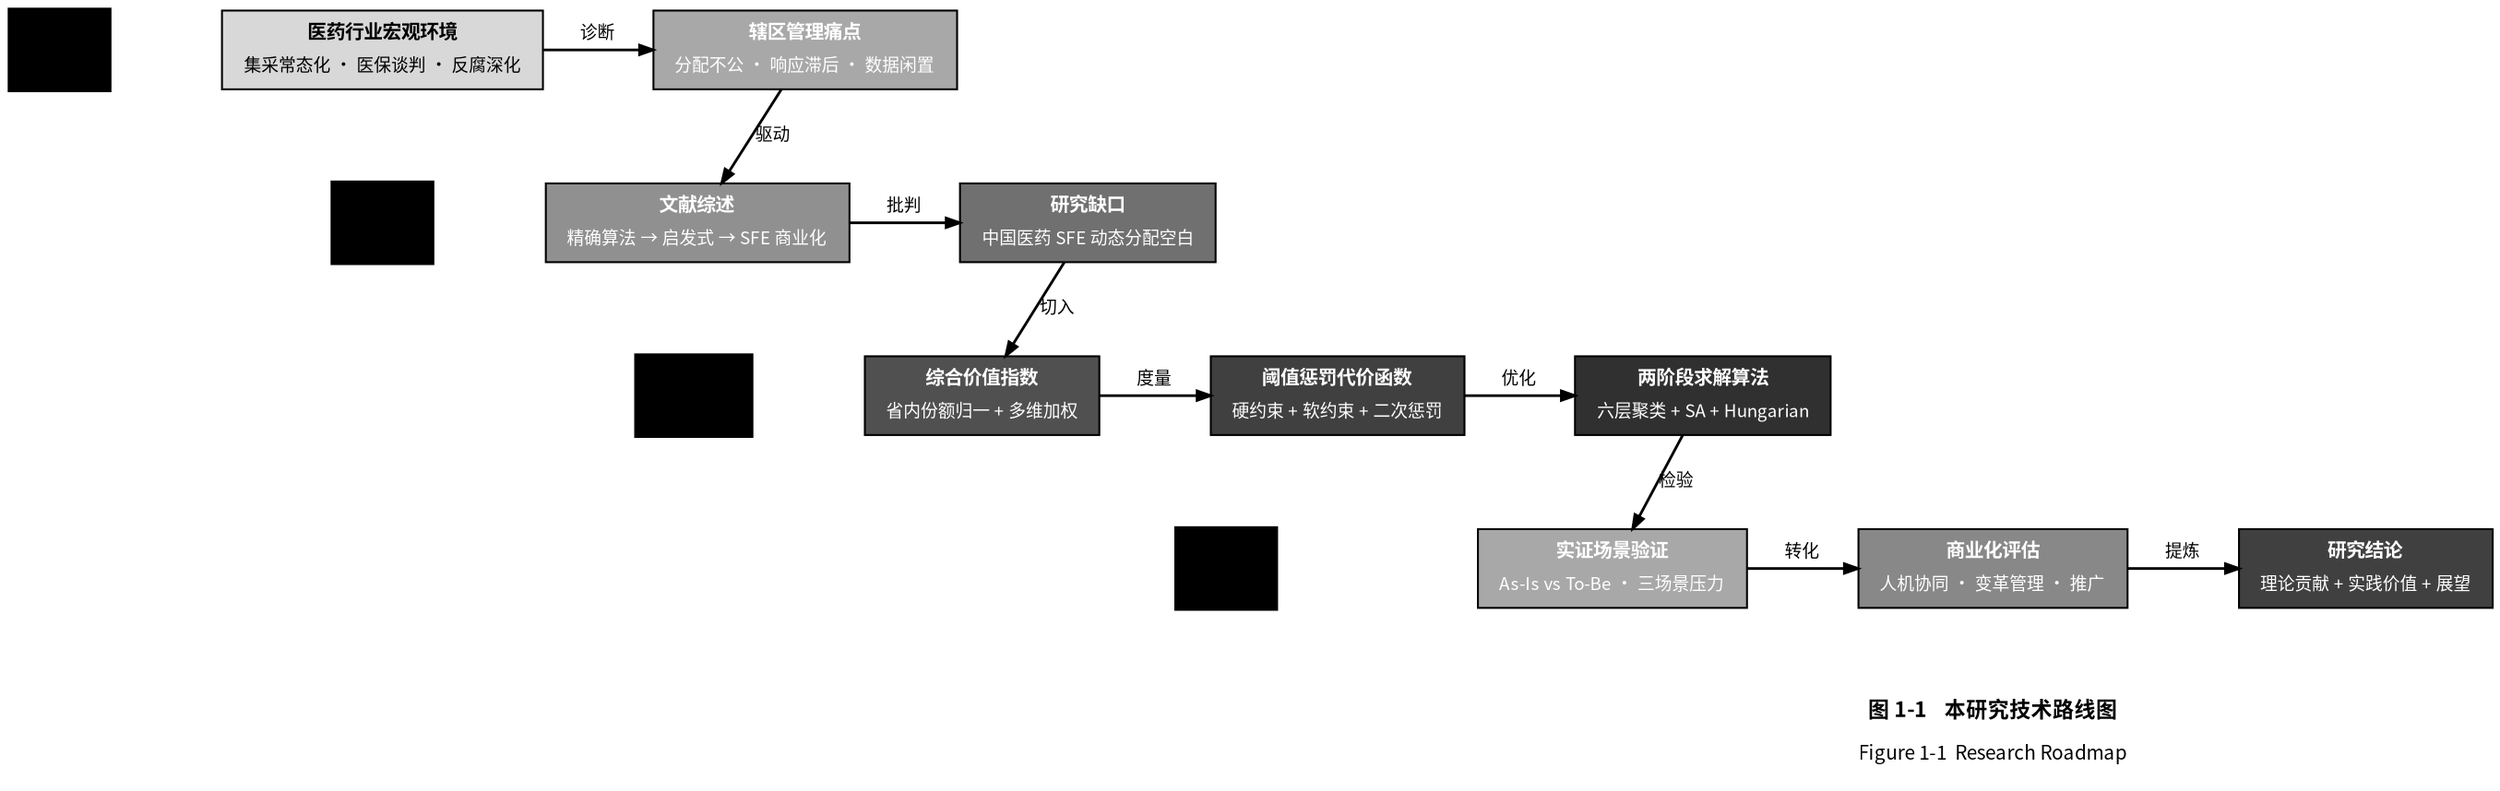
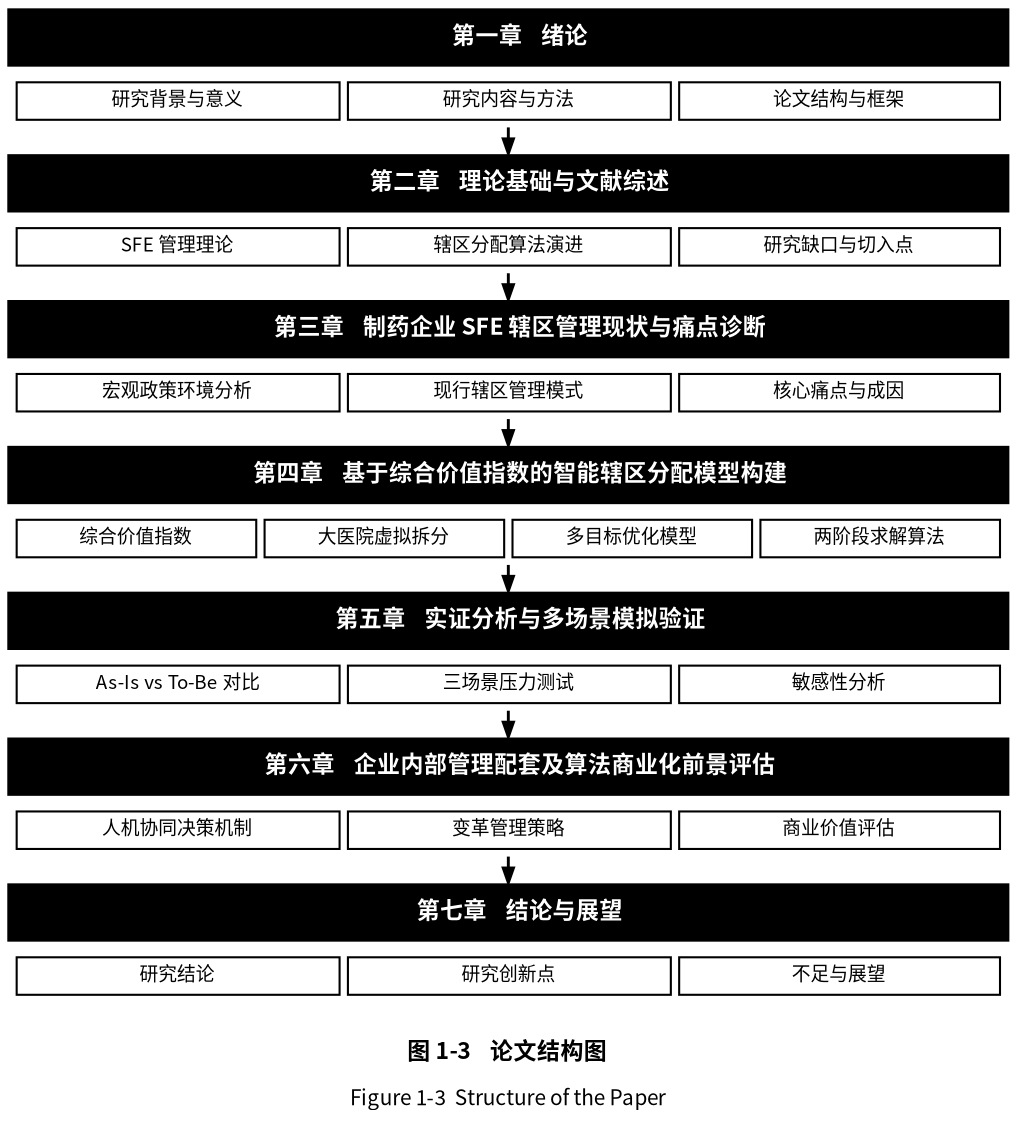
digraph G {
    rankdir=TB;
    dpi=300;
    bgcolor="white";
    fontname="Noto Sans CJK SC";
    nodesep=0.4;
-     ranksep=0.5;
+     ranksep=0.18;

-     node [fontname="Noto Sans CJK SC", fontsize=10, shape=box, style="filled", penwidth=1.0, color="black"];
-     edge [fontname="Noto Sans CJK SC", fontsize=9, color="black", penwidth=1.4, arrowsize=0.7];
+     node [fontname="Noto Sans CJK SC", shape=none, margin="0"];
+     edge [color="black", penwidth=1.4, arrowsize=0.7];

-     // ========== 阶段标签（左侧）==========
-     s1_label [label="一\n问题\n识别", shape=plaintext, fontsize=11, fillcolor=""];
-     s2_label [label="二\n方法\n选型", shape=plaintext, fontsize=11, fillcolor=""];
-     s3_label [label="三\n模型与\n算法构建", shape=plaintext, fontsize=11, fillcolor=""];
-     s4_label [label="四\n验证与\n应用", shape=plaintext, fontsize=11, fillcolor=""];
+     // ========== 第一章 绪论 ==========
+     ch1 [label=<
+         <TABLE BORDER="0" CELLBORDER="0" CELLSPACING="0" CELLPADDING="0">
+             <TR><TD BORDER="1" BGCOLOR="black" CELLPADDING="5" WIDTH="480" ALIGN="CENTER">
+                 <FONT COLOR="white" POINT-SIZE="11"><B>第一章    绪论</B></FONT>
+             </TD></TR>
+             <TR><TD CELLPADDING="2"></TD></TR>
+             <TR><TD>
+                 <TABLE BORDER="0" CELLBORDER="1" CELLSPACING="4" CELLPADDING="3">
+                     <TR>
+                         <TD WIDTH="150" ALIGN="CENTER"><FONT POINT-SIZE="9">研究背景与意义</FONT></TD>
+                         <TD WIDTH="150" ALIGN="CENTER"><FONT POINT-SIZE="9">研究内容与方法</FONT></TD>
+                         <TD WIDTH="150" ALIGN="CENTER"><FONT POINT-SIZE="9">论文结构与框架</FONT></TD>
+                     </TR>
+                 </TABLE>
+             </TD></TR>
+         </TABLE>
+     >];

-     // ========== 阶段一：问题识别（2 节点）==========
-     bg [label=<<TABLE BORDER="0" CELLBORDER="0" CELLSPACING="0" CELLPADDING="3"><TR><TD ALIGN="CENTER"><B><FONT POINT-SIZE="10">医药行业宏观环境</FONT></B></TD></TR><TR><TD ALIGN="CENTER"><FONT POINT-SIZE="9">集采常态化 · 医保谈判 · 反腐深化</FONT></TD></TR></TABLE>>, fillcolor="#d8d8d8", fontcolor=black];
+     // ========== 第二章 文献综述 ==========
+     ch2 [label=<
+         <TABLE BORDER="0" CELLBORDER="0" CELLSPACING="0" CELLPADDING="0">
+             <TR><TD BORDER="1" BGCOLOR="black" CELLPADDING="5" WIDTH="480" ALIGN="CENTER">
+                 <FONT COLOR="white" POINT-SIZE="11"><B>第二章    理论基础与文献综述</B></FONT>
+             </TD></TR>
+             <TR><TD CELLPADDING="2"></TD></TR>
+             <TR><TD>
+                 <TABLE BORDER="0" CELLBORDER="1" CELLSPACING="4" CELLPADDING="3">
+                     <TR>
+                         <TD WIDTH="150" ALIGN="CENTER"><FONT POINT-SIZE="9">SFE 管理理论</FONT></TD>
+                         <TD WIDTH="150" ALIGN="CENTER"><FONT POINT-SIZE="9">辖区分配算法演进</FONT></TD>
+                         <TD WIDTH="150" ALIGN="CENTER"><FONT POINT-SIZE="9">研究缺口与切入点</FONT></TD>
+                     </TR>
+                 </TABLE>
+             </TD></TR>
+         </TABLE>
+     >];

-     pain [label=<<TABLE BORDER="0" CELLBORDER="0" CELLSPACING="0" CELLPADDING="3"><TR><TD ALIGN="CENTER"><B><FONT POINT-SIZE="10">辖区管理痛点</FONT></B></TD></TR><TR><TD ALIGN="CENTER"><FONT POINT-SIZE="9">分配不公 · 响应滞后 · 数据闲置</FONT></TD></TR></TABLE>>, fillcolor="#a8a8a8", fontcolor=white];
+     // ========== 第三章 现状诊断 ==========
+     ch3 [label=<
+         <TABLE BORDER="0" CELLBORDER="0" CELLSPACING="0" CELLPADDING="0">
+             <TR><TD BORDER="1" BGCOLOR="black" CELLPADDING="5" WIDTH="480" ALIGN="CENTER">
+                 <FONT COLOR="white" POINT-SIZE="11"><B>第三章    制药企业 SFE 辖区管理现状与痛点诊断</B></FONT>
+             </TD></TR>
+             <TR><TD CELLPADDING="2"></TD></TR>
+             <TR><TD>
+                 <TABLE BORDER="0" CELLBORDER="1" CELLSPACING="4" CELLPADDING="3">
+                     <TR>
+                         <TD WIDTH="150" ALIGN="CENTER"><FONT POINT-SIZE="9">宏观政策环境分析</FONT></TD>
+                         <TD WIDTH="150" ALIGN="CENTER"><FONT POINT-SIZE="9">现行辖区管理模式</FONT></TD>
+                         <TD WIDTH="150" ALIGN="CENTER"><FONT POINT-SIZE="9">核心痛点与成因</FONT></TD>
+                     </TR>
+                 </TABLE>
+             </TD></TR>
+         </TABLE>
+     >];

-     // ========== 阶段二：方法选型（2 节点）==========
-     lit [label=<<TABLE BORDER="0" CELLBORDER="0" CELLSPACING="0" CELLPADDING="3"><TR><TD ALIGN="CENTER"><B><FONT POINT-SIZE="10">文献综述</FONT></B></TD></TR><TR><TD ALIGN="CENTER"><FONT POINT-SIZE="9">精确算法 → 启发式 → SFE 商业化</FONT></TD></TR></TABLE>>, fillcolor="#909090", fontcolor=white];
+     // ========== 第四章 模型构建（核心，宽一点）==========
+     ch4 [label=<
+         <TABLE BORDER="0" CELLBORDER="0" CELLSPACING="0" CELLPADDING="0">
+             <TR><TD BORDER="1" BGCOLOR="black" CELLPADDING="5" WIDTH="480" ALIGN="CENTER">
+                 <FONT COLOR="white" POINT-SIZE="11"><B>第四章    基于综合价值指数的智能辖区分配模型构建</B></FONT>
+             </TD></TR>
+             <TR><TD CELLPADDING="2"></TD></TR>
+             <TR><TD>
+                 <TABLE BORDER="0" CELLBORDER="1" CELLSPACING="4" CELLPADDING="3">
+                     <TR>
+                         <TD WIDTH="113" ALIGN="CENTER"><FONT POINT-SIZE="9">综合价值指数</FONT></TD>
+                         <TD WIDTH="113" ALIGN="CENTER"><FONT POINT-SIZE="9">大医院虚拟拆分</FONT></TD>
+                         <TD WIDTH="113" ALIGN="CENTER"><FONT POINT-SIZE="9">多目标优化模型</FONT></TD>
+                         <TD WIDTH="113" ALIGN="CENTER"><FONT POINT-SIZE="9">两阶段求解算法</FONT></TD>
+                     </TR>
+                 </TABLE>
+             </TD></TR>
+         </TABLE>
+     >];

-     gap [label=<<TABLE BORDER="0" CELLBORDER="0" CELLSPACING="0" CELLPADDING="3"><TR><TD ALIGN="CENTER"><B><FONT POINT-SIZE="10">研究缺口</FONT></B></TD></TR><TR><TD ALIGN="CENTER"><FONT POINT-SIZE="9">中国医药 SFE 动态分配空白</FONT></TD></TR></TABLE>>, fillcolor="#707070", fontcolor=white];
+     // ========== 第五章 实证分析 ==========
+     ch5 [label=<
+         <TABLE BORDER="0" CELLBORDER="0" CELLSPACING="0" CELLPADDING="0">
+             <TR><TD BORDER="1" BGCOLOR="black" CELLPADDING="5" WIDTH="480" ALIGN="CENTER">
+                 <FONT COLOR="white" POINT-SIZE="11"><B>第五章    实证分析与多场景模拟验证</B></FONT>
+             </TD></TR>
+             <TR><TD CELLPADDING="2"></TD></TR>
+             <TR><TD>
+                 <TABLE BORDER="0" CELLBORDER="1" CELLSPACING="4" CELLPADDING="3">
+                     <TR>
+                         <TD WIDTH="150" ALIGN="CENTER"><FONT POINT-SIZE="9">As-Is vs To-Be 对比</FONT></TD>
+                         <TD WIDTH="150" ALIGN="CENTER"><FONT POINT-SIZE="9">三场景压力测试</FONT></TD>
+                         <TD WIDTH="150" ALIGN="CENTER"><FONT POINT-SIZE="9">敏感性分析</FONT></TD>
+                     </TR>
+                 </TABLE>
+             </TD></TR>
+         </TABLE>
+     >];

-     // ========== 阶段三：模型与算法构建（3 节点 — 核心）==========
-     index [label=<<TABLE BORDER="0" CELLBORDER="0" CELLSPACING="0" CELLPADDING="3"><TR><TD ALIGN="CENTER"><B><FONT POINT-SIZE="10">综合价值指数</FONT></B></TD></TR><TR><TD ALIGN="CENTER"><FONT POINT-SIZE="9">省内份额归一 + 多维加权</FONT></TD></TR></TABLE>>, fillcolor="#505050", fontcolor=white];
+     // ========== 第六章 商业化 ==========
+     ch6 [label=<
+         <TABLE BORDER="0" CELLBORDER="0" CELLSPACING="0" CELLPADDING="0">
+             <TR><TD BORDER="1" BGCOLOR="black" CELLPADDING="5" WIDTH="480" ALIGN="CENTER">
+                 <FONT COLOR="white" POINT-SIZE="11"><B>第六章    企业内部管理配套及算法商业化前景评估</B></FONT>
+             </TD></TR>
+             <TR><TD CELLPADDING="2"></TD></TR>
+             <TR><TD>
+                 <TABLE BORDER="0" CELLBORDER="1" CELLSPACING="4" CELLPADDING="3">
+                     <TR>
+                         <TD WIDTH="150" ALIGN="CENTER"><FONT POINT-SIZE="9">人机协同决策机制</FONT></TD>
+                         <TD WIDTH="150" ALIGN="CENTER"><FONT POINT-SIZE="9">变革管理策略</FONT></TD>
+                         <TD WIDTH="150" ALIGN="CENTER"><FONT POINT-SIZE="9">商业价值评估</FONT></TD>
+                     </TR>
+                 </TABLE>
+             </TD></TR>
+         </TABLE>
+     >];

-     cost [label=<<TABLE BORDER="0" CELLBORDER="0" CELLSPACING="0" CELLPADDING="3"><TR><TD ALIGN="CENTER"><B><FONT POINT-SIZE="10">阈值惩罚代价函数</FONT></B></TD></TR><TR><TD ALIGN="CENTER"><FONT POINT-SIZE="9">硬约束 + 软约束 + 二次惩罚</FONT></TD></TR></TABLE>>, fillcolor="#404040", fontcolor=white];
+     // ========== 第七章 结论与展望 ==========
+     ch7 [label=<
+         <TABLE BORDER="0" CELLBORDER="0" CELLSPACING="0" CELLPADDING="0">
+             <TR><TD BORDER="1" BGCOLOR="black" CELLPADDING="5" WIDTH="480" ALIGN="CENTER">
+                 <FONT COLOR="white" POINT-SIZE="11"><B>第七章    结论与展望</B></FONT>
+             </TD></TR>
+             <TR><TD CELLPADDING="2"></TD></TR>
+             <TR><TD>
+                 <TABLE BORDER="0" CELLBORDER="1" CELLSPACING="4" CELLPADDING="3">
+                     <TR>
+                         <TD WIDTH="150" ALIGN="CENTER"><FONT POINT-SIZE="9">研究结论</FONT></TD>
+                         <TD WIDTH="150" ALIGN="CENTER"><FONT POINT-SIZE="9">研究创新点</FONT></TD>
+                         <TD WIDTH="150" ALIGN="CENTER"><FONT POINT-SIZE="9">不足与展望</FONT></TD>
+                     </TR>
+                 </TABLE>
+             </TD></TR>
+         </TABLE>
+     >];

-     algo [label=<<TABLE BORDER="0" CELLBORDER="0" CELLSPACING="0" CELLPADDING="3"><TR><TD ALIGN="CENTER"><B><FONT POINT-SIZE="10">两阶段求解算法</FONT></B></TD></TR><TR><TD ALIGN="CENTER"><FONT POINT-SIZE="9">六层聚类 + SA + Hungarian</FONT></TD></TR></TABLE>>, fillcolor="#303030", fontcolor=white];
+     // 章间顺序连接（细线箭头）
+     ch1 -> ch2 -> ch3 -> ch4 -> ch5 -> ch6 -> ch7;

-     // ========== 阶段四：验证与应用（3 节点）==========
-     empirical [label=<<TABLE BORDER="0" CELLBORDER="0" CELLSPACING="0" CELLPADDING="3"><TR><TD ALIGN="CENTER"><B><FONT POINT-SIZE="10">实证场景验证</FONT></B></TD></TR><TR><TD ALIGN="CENTER"><FONT POINT-SIZE="9">As-Is vs To-Be · 三场景压力</FONT></TD></TR></TABLE>>, fillcolor="#a8a8a8", fontcolor=white];
- 
-     biz [label=<<TABLE BORDER="0" CELLBORDER="0" CELLSPACING="0" CELLPADDING="3"><TR><TD ALIGN="CENTER"><B><FONT POINT-SIZE="10">商业化评估</FONT></B></TD></TR><TR><TD ALIGN="CENTER"><FONT POINT-SIZE="9">人机协同 · 变革管理 · 推广</FONT></TD></TR></TABLE>>, fillcolor="#888888", fontcolor=white];
- 
-     conclusion [label=<<TABLE BORDER="0" CELLBORDER="0" CELLSPACING="0" CELLPADDING="3"><TR><TD ALIGN="CENTER"><B><FONT POINT-SIZE="10">研究结论</FONT></B></TD></TR><TR><TD ALIGN="CENTER"><FONT POINT-SIZE="9">理论贡献 + 实践价值 + 展望</FONT></TD></TR></TABLE>>, fillcolor="#404040", fontcolor=white];
- 
-     // ========== 强制 4 阶段每行同 rank（横向布局）==========
-     { rank=same; s1_label; bg; pain; }
-     { rank=same; s2_label; lit; gap; }
-     { rank=same; s3_label; index; cost; algo; }
-     { rank=same; s4_label; empirical; biz; conclusion; }
- 
-     // ========== 阶段标签到第一个节点（左对齐用）==========
-     s1_label -> bg [style=invis];
-     s2_label -> lit [style=invis];
-     s3_label -> index [style=invis];
-     s4_label -> empirical [style=invis];
- 
-     // ========== 行内横向流向 ==========
-     bg -> pain [label="诊断"];
-     lit -> gap [label="批判"];
-     index -> cost [label="度量"];
-     cost -> algo [label="优化"];
-     empirical -> biz [label="转化"];
-     biz -> conclusion [label="提炼"];
- 
-     // ========== 阶段间纵向跨越（关键流向）==========
-     pain -> lit [label="驱动"];
-     gap -> index [label="切入"];
-     algo -> empirical [label="检验"];
- 
-     // ========== 阶段标签纵向连接（保证 rank 顺序）==========
-     s1_label -> s2_label [style=invis];
-     s2_label -> s3_label [style=invis];
-     s3_label -> s4_label [style=invis];
- 
-     // ========== 图注 ==========
+     // 图注
    caption [label=<
        <TABLE BORDER="0" CELLBORDER="0" CELLSPACING="2" CELLPADDING="4">
-             <TR><TD ALIGN="CENTER"><B><FONT POINT-SIZE="11">图 1-1    本研究技术路线图</FONT></B></TD></TR>
-             <TR><TD ALIGN="CENTER"><FONT POINT-SIZE="10">Figure 1-1  Research Roadmap</FONT></TD></TR>
+             <TR><TD ALIGN="CENTER"><B><FONT POINT-SIZE="11">图 1-3    论文结构图</FONT></B></TD></TR>
+             <TR><TD ALIGN="CENTER"><FONT POINT-SIZE="10">Figure 1-3  Structure of the Paper</FONT></TD></TR>
        </TABLE>
-     >, shape=plaintext, style="", fillcolor=""];
- 
-     { rank=sink; caption; }
-     biz -> caption [style=invis];
+     >];
+     ch7 -> caption [style=invis];
}
